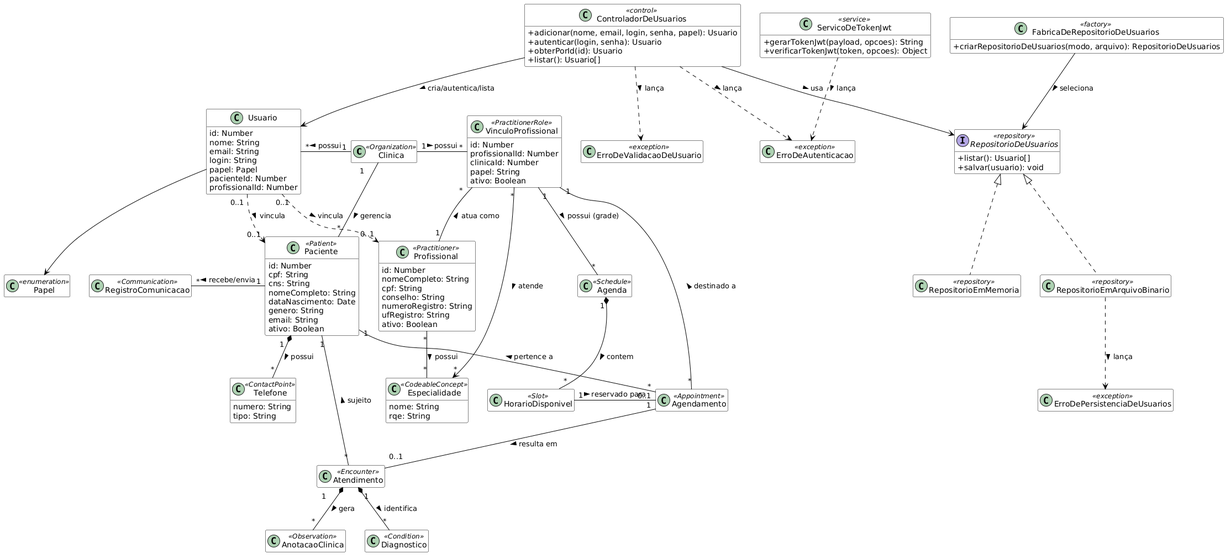
This is docs/relatorio/images/diagrama-classes-de-analise.png from beatrizmontenegro07/projeto-metodos, a PlantUML export, as it was before one commit.
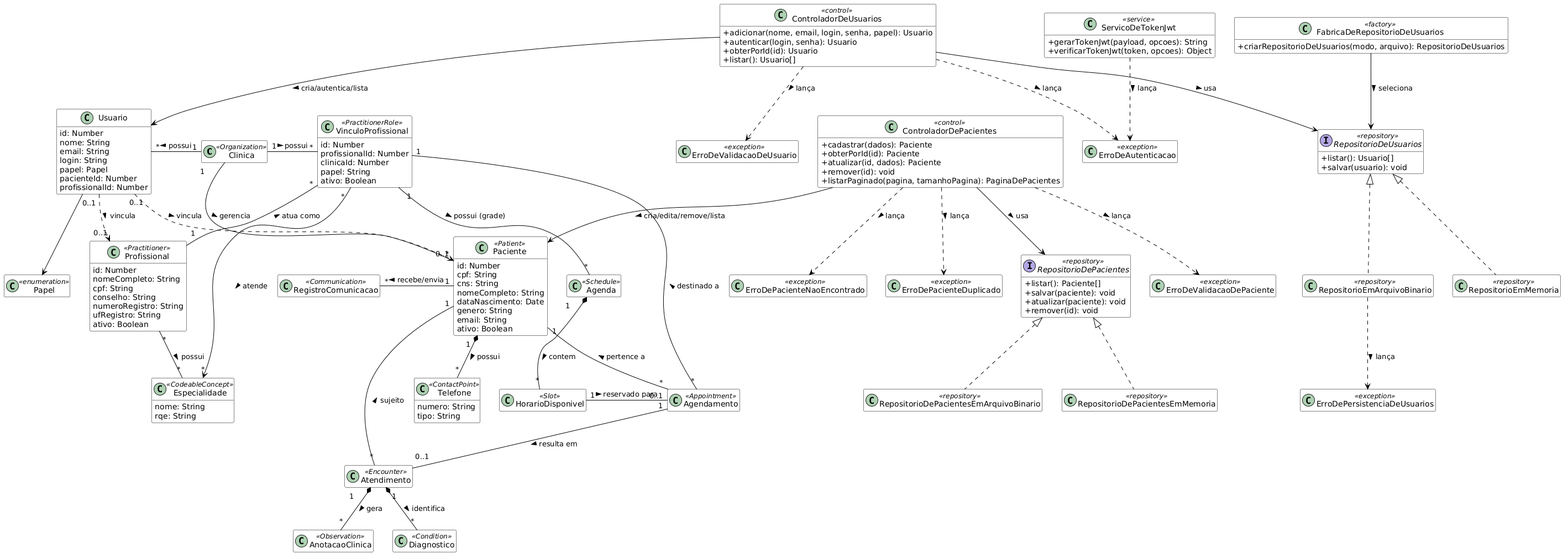
After the commit.

What changed in the source:
```diff
@@ -77,6 +77,25 @@
 class ErroDePersistenciaDeUsuarios <<exception>>
 class ErroDeAutenticacao <<exception>>
 
+class ControladorDePacientes <<control>> {
+  +cadastrar(dados): Paciente
+  +obterPorId(id): Paciente
+  +atualizar(id, dados): Paciente
+  +remover(id): void
+  +listarPaginado(pagina, tamanhoPagina): PaginaDePacientes
+}
+interface RepositorioDePacientes <<repository>> {
+  +listar(): Paciente[]
+  +salvar(paciente): void
+  +atualizar(paciente): void
+  +remover(id): void
+}
+class RepositorioDePacientesEmMemoria <<repository>>
+class RepositorioDePacientesEmArquivoBinario <<repository>>
+class ErroDeValidacaoDePaciente <<exception>>
+class ErroDePacienteNaoEncontrado <<exception>>
+class ErroDePacienteDuplicado <<exception>>
+
 class Agenda <<Schedule>>
 class HorarioDisponivel <<Slot>>
 class Agendamento <<Appointment>>
@@ -108,6 +127,14 @@
 RepositorioEmArquivoBinario ..> ErroDePersistenciaDeUsuarios : lança >
 FabricaDeRepositorioDeUsuarios --> RepositorioDeUsuarios : seleciona >
 
+ControladorDePacientes --> Paciente : cria/edita/remove/lista >
+ControladorDePacientes --> RepositorioDePacientes : usa >
+ControladorDePacientes ..> ErroDeValidacaoDePaciente : lança >
+ControladorDePacientes ..> ErroDePacienteNaoEncontrado : lança >
+ControladorDePacientes ..> ErroDePacienteDuplicado : lança >
+RepositorioDePacientes <|.. RepositorioDePacientesEmMemoria
+RepositorioDePacientes <|.. RepositorioDePacientesEmArquivoBinario
+
 Paciente "1" -left- "*" RegistroComunicacao : recebe/envia >
 
 VinculoProfissional "1" -down- "*" Agenda : possui (grade) >
```
